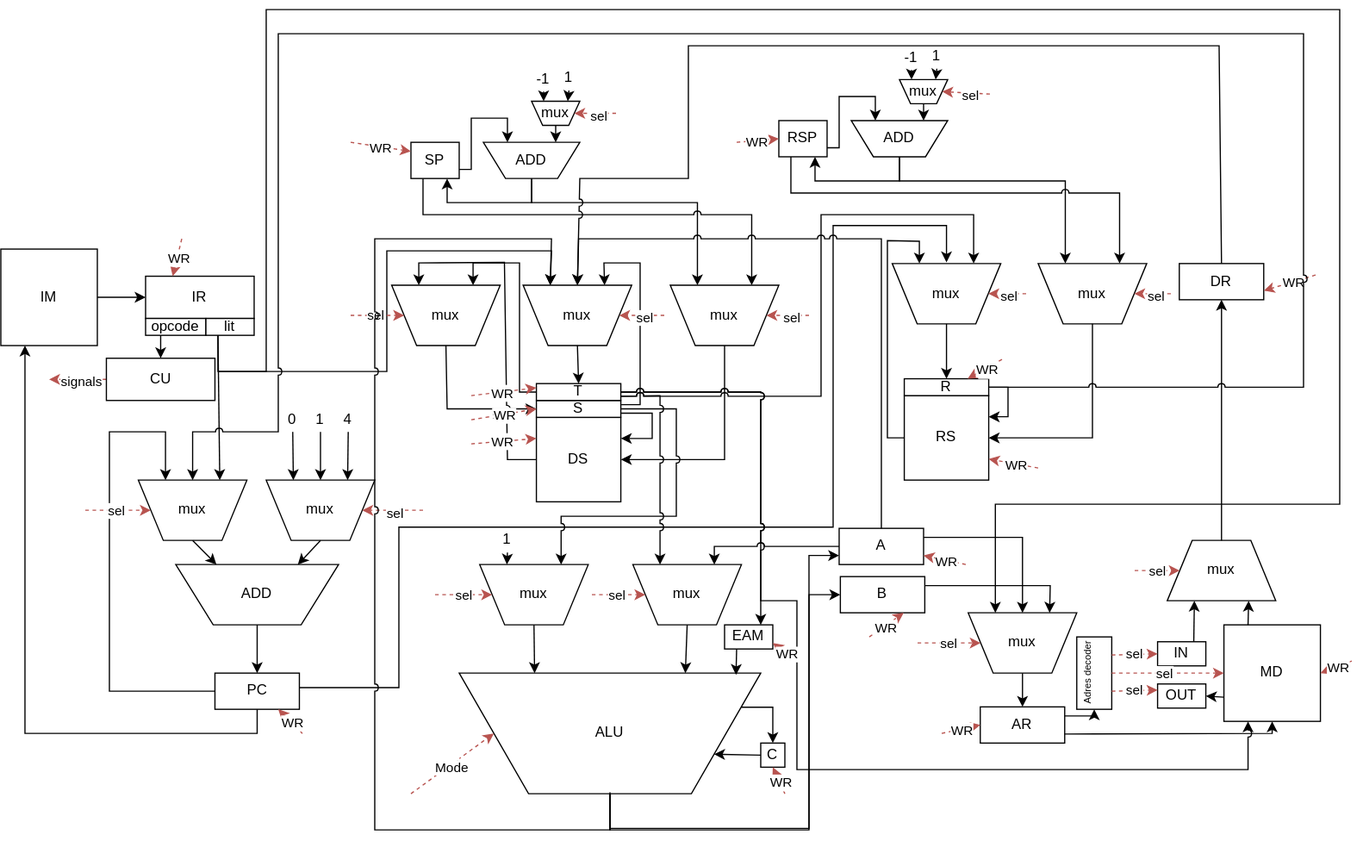
RomanPivovaroff/ITMO_LAB keeps this draw.io diagram as csa/lab3/scheme/схема_стек_гарвард.svg. Above is the earlier version. Source tidied: cells renumbered, new cells last; positions are measured from the earlier drawing's top-left corner, leaving out a move shared by most shapes.
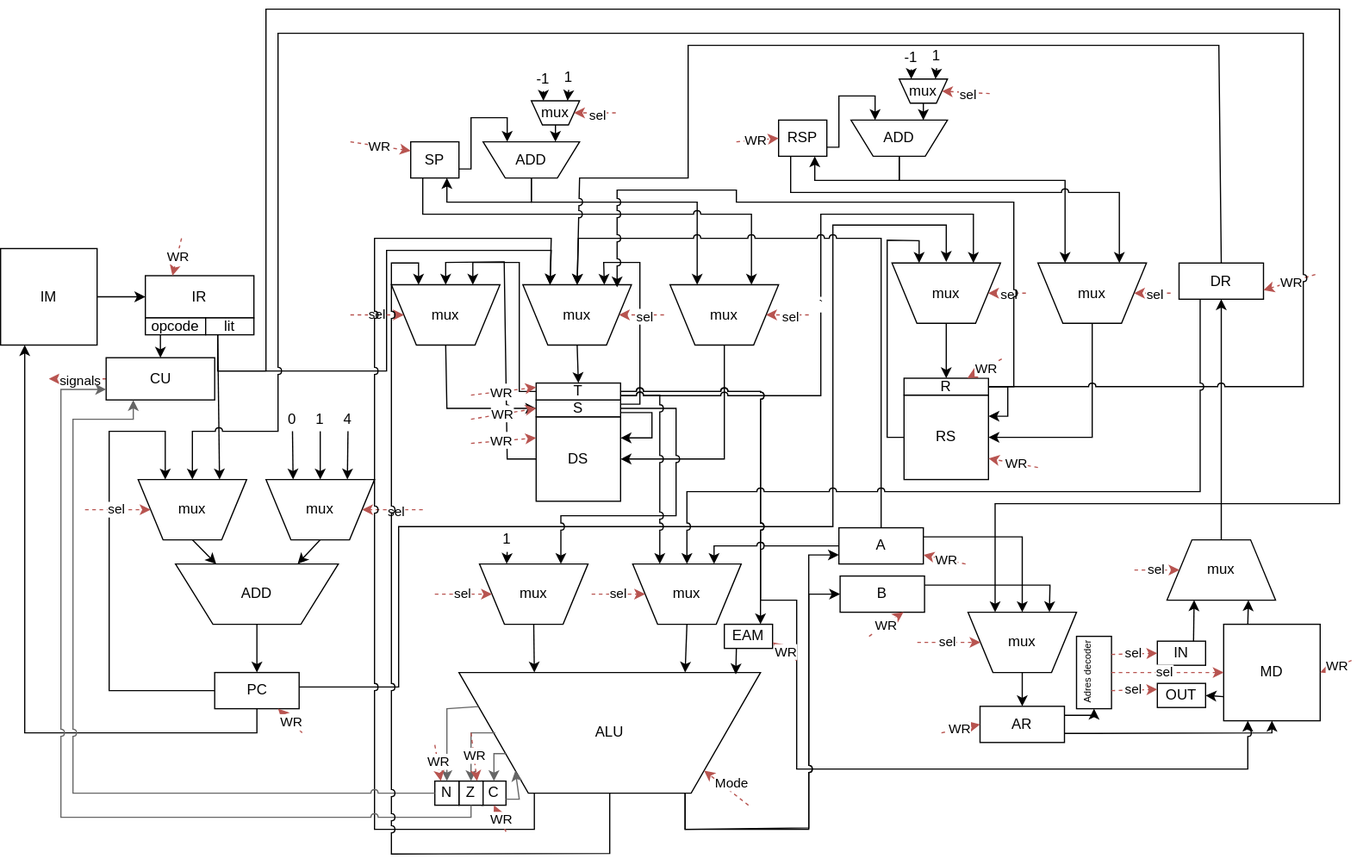
After the change.

Change to the diagram source:
```diff
@@ -105,12 +105,12 @@
         </Array>
       </mxGeometry>
     </mxCell>
-    <mxCell id="31" style="endArrow=classic;html=1;rounded=0;entryX=0.25;entryY=1;entryDx=0;entryDy=0;exitX=0;exitY=0.5;exitDx=0;exitDy=0;jumpStyle=arc;" parent="1" edge="1" source="23" target="27">
+    <mxCell id="31" style="endArrow=classic;html=1;rounded=0;entryX=0.5;entryY=1;entryDx=0;entryDy=0;exitX=0;exitY=0.5;exitDx=0;exitDy=0;jumpStyle=arc;" parent="1" edge="1" source="23" target="27">
       <mxGeometry relative="1" as="geometry">
         <Array as="points">
           <mxPoint x="420" y="373" />
           <mxPoint x="417.5" y="209.5" />
-          <mxPoint x="346.5" y="210" />
+          <mxPoint x="369" y="210" />
         </Array>
       </mxGeometry>
     </mxCell>
@@ -304,7 +304,7 @@
         </Array>
       </mxGeometry>
     </mxCell>
-    <mxCell id="69" style="endArrow=classic;html=1;rounded=0;entryX=0.75;entryY=1;entryDx=0;entryDy=0;exitX=1;exitY=0.75;exitDx=0;exitDy=0;jumpStyle=arc;" parent="1" edge="1" source="25" target="51">
+    <mxCell id="69" value="`" style="endArrow=classic;html=1;rounded=0;entryX=0.75;entryY=1;entryDx=0;entryDy=0;exitX=1;exitY=0.75;exitDx=0;exitDy=0;jumpStyle=arc;" parent="1" edge="1" source="25" target="51">
       <mxGeometry relative="1" as="geometry">
         <Array as="points">
           <mxPoint x="680" y="320.5" />
@@ -363,9 +363,6 @@
         </Array>
       </mxGeometry>
     </mxCell>
-    <mxCell id="80" value="C" style="whiteSpace=wrap;html=1;" parent="1" vertex="1">
-      <mxGeometry x="630" y="608" width="20" height="20" as="geometry" />
-    </mxCell>
     <mxCell id="81" value="EAM" style="rounded=0;whiteSpace=wrap;html=1;" parent="1" vertex="1">
       <mxGeometry x="600" y="510" width="40" height="20" as="geometry" />
     </mxCell>
@@ -804,23 +801,20 @@
     <mxCell id="187" value="WR" style="edgeLabel;html=1;align=center;verticalAlign=middle;" parent="185" vertex="1">
       <mxGeometry x="-0.06" relative="1" as="geometry" />
     </mxCell>
-    <mxCell id="188" style="endArrow=classic;html=1;rounded=0;entryX=0;entryY=0.5;entryDx=0;entryDy=0;dashed=1;fillColor=#f8cecc;strokeColor=#b85450;" parent="1" edge="1" target="71">
+    <mxCell id="188" style="endArrow=classic;html=1;rounded=0;entryX=1;entryY=0;entryDx=0;entryDy=0;dashed=1;fillColor=#f8cecc;strokeColor=#b85450;" parent="1" edge="1" target="71">
       <mxGeometry relative="1" as="geometry">
-        <mxPoint x="340" y="650" as="sourcePoint" />
+        <mxPoint x="620" y="660" as="sourcePoint" />
       </mxGeometry>
     </mxCell>
-    <mxCell id="189" value="sel" style="edgeLabel;html=1;align=center;verticalAlign=middle;" parent="188" vertex="1">
-      <mxGeometry x="-0.07" y="1" relative="1" as="geometry" />
-    </mxCell>
     <mxCell id="190" value="Mode" style="edgeLabel;html=1;align=center;verticalAlign=middle;" parent="188" vertex="1">
       <mxGeometry x="-0.11" y="-3" relative="1" as="geometry">
         <mxPoint y="-3" as="offset" />
       </mxGeometry>
     </mxCell>
-    <mxCell id="191" style="endArrow=classic;html=1;rounded=0;entryX=0.25;entryY=1;entryDx=0;entryDy=0;exitX=0.5;exitY=0;exitDx=0;exitDy=0;jumpStyle=arc;" parent="1" edge="1" source="71" target="26">
+    <mxCell id="191" style="endArrow=classic;html=1;rounded=0;entryX=0.25;entryY=1;entryDx=0;entryDy=0;jumpStyle=arc;exitX=0.25;exitY=0;exitDx=0;exitDy=0;" parent="1" edge="1" source="71" target="26">
       <mxGeometry relative="1" as="geometry">
         <Array as="points">
-          <mxPoint x="505" y="680" />
+          <mxPoint x="442.5" y="680" />
           <mxPoint x="310" y="680" />
           <mxPoint x="310" y="190" />
           <mxPoint x="456.5" y="190" />
@@ -838,50 +832,147 @@
         </Array>
       </mxGeometry>
     </mxCell>
-    <mxCell id="193" style="endArrow=classic;html=1;rounded=0;exitX=1;exitY=0.75;exitDx=0;exitDy=0;entryX=0.5;entryY=0;entryDx=0;entryDy=0;" parent="1" edge="1" source="71" target="80">
-      <mxGeometry relative="1" as="geometry">
-        <Array as="points">
-          <mxPoint x="640" y="578.2" />
-        </Array>
-      </mxGeometry>
-    </mxCell>
-    <mxCell id="194" style="endArrow=classic;html=1;rounded=0;exitX=0;exitY=0.5;exitDx=0;exitDy=0;entryX=1;entryY=0.25;entryDx=0;entryDy=0;" parent="1" edge="1" source="80" target="71">
-      <mxGeometry relative="1" as="geometry" />
-    </mxCell>
-    <mxCell id="195" style="endArrow=classic;html=1;rounded=0;entryX=0.5;entryY=1;entryDx=0;entryDy=0;dashed=1;fillColor=#f8cecc;strokeColor=#b85450;" parent="1" edge="1" target="80">
-      <mxGeometry relative="1" as="geometry">
-        <mxPoint x="650" y="650" as="sourcePoint" />
-      </mxGeometry>
-    </mxCell>
-    <mxCell id="196" value="sel" style="edgeLabel;html=1;align=center;verticalAlign=middle;" parent="195" vertex="1">
-      <mxGeometry x="-0.07" y="1" relative="1" as="geometry" />
-    </mxCell>
-    <mxCell id="197" value="WR" style="edgeLabel;html=1;align=center;verticalAlign=middle;" parent="195" vertex="1">
-      <mxGeometry x="-0.06" relative="1" as="geometry" />
-    </mxCell>
     <mxCell id="198" value="CU" style="rounded=0;whiteSpace=wrap;html=1;" parent="1" vertex="1">
       <mxGeometry x="87.5" y="289" width="90" height="35" as="geometry" />
     </mxCell>
-    <mxCell id="199" style="endArrow=classic;html=1;rounded=0;entryX=0;entryY=0.75;entryDx=0;entryDy=0;exitX=0.5;exitY=0;exitDx=0;exitDy=0;" parent="1" edge="1" source="71" target="84">
+    <mxCell id="199" style="endArrow=classic;html=1;rounded=0;entryX=0;entryY=0.75;entryDx=0;entryDy=0;exitX=0.75;exitY=0;exitDx=0;exitDy=0;jumpStyle=arc;" parent="1" edge="1" source="71" target="84">
       <mxGeometry relative="1" as="geometry">
         <Array as="points">
-          <mxPoint x="505" y="680" />
+          <mxPoint x="567.5" y="680" />
           <mxPoint x="670" y="680" />
           <mxPoint x="670" y="570" />
           <mxPoint x="670" y="452.5" />
         </Array>
       </mxGeometry>
     </mxCell>
-    <mxCell id="200" style="endArrow=classic;html=1;rounded=0;entryX=0;entryY=0.5;entryDx=0;entryDy=0;exitX=0.5;exitY=0;exitDx=0;exitDy=0;" parent="1" edge="1" target="85">
+    <mxCell id="200" style="endArrow=classic;html=1;rounded=0;entryX=0;entryY=0.5;entryDx=0;entryDy=0;exitX=0.75;exitY=0;exitDx=0;exitDy=0;jumpStyle=arc;" parent="1" edge="1" source="71" target="85">
       <mxGeometry relative="1" as="geometry">
-        <mxPoint x="505" y="648.8" as="sourcePoint" />
         <Array as="points">
-          <mxPoint x="505" y="678.8" />
+          <mxPoint x="567.5" y="680" />
           <mxPoint x="670" y="678.8" />
           <mxPoint x="670" y="568.8" />
           <mxPoint x="670" y="485" />
         </Array>
       </mxGeometry>
     </mxCell>
+    <mxCell id="201" style="endArrow=classic;html=1;rounded=0;exitX=1;exitY=0.5;exitDx=0;exitDy=0;entryX=0.868;entryY=0.956;entryDx=0;entryDy=0;jumpStyle=arc;entryPerimeter=0;" parent="1" edge="1" target="26">
+      <mxGeometry relative="1" as="geometry">
+        <mxPoint x="819" y="313" as="sourcePoint" />
+        <Array as="points">
+          <mxPoint x="840" y="313" />
+          <mxPoint x="840" y="160" />
+          <mxPoint x="610" y="160" />
+          <mxPoint x="610" y="150" />
+          <mxPoint x="511.1" y="150" />
+        </Array>
+      </mxGeometry>
+    </mxCell>
+    <mxCell id="80" value="C" style="whiteSpace=wrap;html=1;" parent="1" vertex="1">
+      <mxGeometry x="399" y="640" width="20" height="20" as="geometry" />
+    </mxCell>
+    <mxCell id="202" style="endArrow=classic;html=1;rounded=0;entryX=0.5;entryY=1;entryDx=0;entryDy=0;dashed=1;fillColor=#f8cecc;strokeColor=#b85450;" parent="1" edge="1" target="80">
+      <mxGeometry relative="1" as="geometry">
+        <mxPoint x="419" y="682" as="sourcePoint" />
+      </mxGeometry>
+    </mxCell>
+    <mxCell id="203" value="sel" style="edgeLabel;html=1;align=center;verticalAlign=middle;" parent="202" vertex="1">
+      <mxGeometry x="-0.07" y="1" relative="1" as="geometry" />
+    </mxCell>
+    <mxCell id="204" value="WR" style="edgeLabel;html=1;align=center;verticalAlign=middle;" parent="202" vertex="1">
+      <mxGeometry x="-0.06" relative="1" as="geometry" />
+    </mxCell>
+    <mxCell id="205" value="Z" style="whiteSpace=wrap;html=1;" parent="1" vertex="1">
+      <mxGeometry x="380" y="640" width="20" height="20" as="geometry" />
+    </mxCell>
+    <mxCell id="206" value="N" style="whiteSpace=wrap;html=1;" parent="1" vertex="1">
+      <mxGeometry x="360" y="640" width="20" height="20" as="geometry" />
+    </mxCell>
+    <mxCell id="193" style="endArrow=classic;html=1;rounded=0;exitX=0;exitY=0.25;exitDx=0;exitDy=0;entryX=0.5;entryY=0;entryDx=0;entryDy=0;fillColor=#f5f5f5;strokeColor=#666666;" parent="1" edge="1" source="71" target="80">
+      <mxGeometry relative="1" as="geometry">
+        <Array as="points">
+          <mxPoint x="409" y="617.3" />
+        </Array>
+      </mxGeometry>
+    </mxCell>
+    <mxCell id="194" style="endArrow=classic;html=1;rounded=0;exitX=1;exitY=0.75;exitDx=0;exitDy=0;entryX=0;entryY=0;entryDx=0;entryDy=0;fillColor=#f5f5f5;strokeColor=#666666;" parent="1" edge="1" source="80" target="71">
+      <mxGeometry relative="1" as="geometry">
+        <Array as="points">
+          <mxPoint x="430" y="655" />
+        </Array>
+      </mxGeometry>
+    </mxCell>
+    <mxCell id="207" style="endArrow=classic;html=1;rounded=0;exitX=0;exitY=0.5;exitDx=0;exitDy=0;entryX=0.5;entryY=0;entryDx=0;entryDy=0;fillColor=#f5f5f5;strokeColor=#666666;" parent="1" edge="1" source="71" target="205">
+      <mxGeometry relative="1" as="geometry">
+        <Array as="points">
+          <mxPoint x="410" y="600" />
+          <mxPoint x="390" y="600" />
+        </Array>
+      </mxGeometry>
+    </mxCell>
+    <mxCell id="208" style="endArrow=classic;html=1;rounded=0;exitX=0;exitY=0.75;exitDx=0;exitDy=0;entryX=0.5;entryY=0;entryDx=0;entryDy=0;strokeWidth=1;startSize=6;endSize=6;fillColor=#f5f5f5;strokeColor=#666666;" parent="1" edge="1" source="71" target="206">
+      <mxGeometry relative="1" as="geometry">
+        <Array as="points">
+          <mxPoint x="370" y="580" />
+        </Array>
+      </mxGeometry>
+    </mxCell>
+    <mxCell id="209" style="endArrow=classic;html=1;rounded=0;entryX=0.75;entryY=0;entryDx=0;entryDy=0;dashed=1;fillColor=#f8cecc;strokeColor=#b85450;" parent="1" edge="1" target="205">
+      <mxGeometry relative="1" as="geometry">
+        <mxPoint x="390" y="600" as="sourcePoint" />
+      </mxGeometry>
+    </mxCell>
+    <mxCell id="210" value="sel" style="edgeLabel;html=1;align=center;verticalAlign=middle;" parent="209" vertex="1">
+      <mxGeometry x="-0.07" y="1" relative="1" as="geometry" />
+    </mxCell>
+    <mxCell id="211" value="WR" style="edgeLabel;html=1;align=center;verticalAlign=middle;" parent="209" vertex="1">
+      <mxGeometry x="-0.06" relative="1" as="geometry" />
+    </mxCell>
+    <mxCell id="212" style="endArrow=classic;html=1;rounded=0;entryX=0.25;entryY=0;entryDx=0;entryDy=0;dashed=1;fillColor=#f8cecc;strokeColor=#b85450;" parent="1" edge="1" target="206">
+      <mxGeometry relative="1" as="geometry">
+        <mxPoint x="360" y="610" as="sourcePoint" />
+      </mxGeometry>
+    </mxCell>
+    <mxCell id="213" value="sel" style="edgeLabel;html=1;align=center;verticalAlign=middle;" parent="212" vertex="1">
+      <mxGeometry x="-0.07" y="1" relative="1" as="geometry" />
+    </mxCell>
+    <mxCell id="214" value="WR" style="edgeLabel;html=1;align=center;verticalAlign=middle;" parent="212" vertex="1">
+      <mxGeometry x="-0.06" relative="1" as="geometry" />
+    </mxCell>
+    <mxCell id="215" style="endArrow=classic;html=1;rounded=0;exitX=0.5;exitY=1;exitDx=0;exitDy=0;entryX=0;entryY=0.75;entryDx=0;entryDy=0;jumpStyle=arc;fillColor=#f5f5f5;strokeColor=#666666;" parent="1" edge="1" source="205" target="198">
+      <mxGeometry relative="1" as="geometry">
+        <Array as="points">
+          <mxPoint x="390" y="670" />
+          <mxPoint x="50" y="670" />
+          <mxPoint x="50" y="315.2" />
+        </Array>
+      </mxGeometry>
+    </mxCell>
+    <mxCell id="216" style="endArrow=classic;html=1;rounded=0;exitX=0;exitY=0.5;exitDx=0;exitDy=0;entryX=0.25;entryY=1;entryDx=0;entryDy=0;jumpStyle=arc;fillColor=#f5f5f5;strokeColor=#666666;" parent="1" edge="1" source="206" target="198">
+      <mxGeometry relative="1" as="geometry">
+        <Array as="points">
+          <mxPoint x="60" y="650" />
+          <mxPoint x="60" y="340" />
+          <mxPoint x="110" y="340" />
+        </Array>
+      </mxGeometry>
+    </mxCell>
+    <mxCell id="217" style="endArrow=classic;html=1;rounded=0;entryX=0.5;entryY=1;entryDx=0;entryDy=0;exitX=0.25;exitY=1;exitDx=0;exitDy=0;jumpStyle=arc;" parent="1" edge="1" source="111" target="72">
+      <mxGeometry relative="1" as="geometry">
+        <Array as="points">
+          <mxPoint x="994.5" y="400" />
+          <mxPoint x="569" y="400" />
+        </Array>
+      </mxGeometry>
+    </mxCell>
+    <mxCell id="218" style="endArrow=classic;html=1;rounded=0;entryX=0.25;entryY=1;entryDx=0;entryDy=0;jumpStyle=arc;exitX=0.5;exitY=0;exitDx=0;exitDy=0;" parent="1" edge="1" source="71" target="27">
+      <mxGeometry relative="1" as="geometry">
+        <Array as="points">
+          <mxPoint x="505" y="700" />
+          <mxPoint x="324" y="700.5" />
+          <mxPoint x="324" y="210.5" />
+          <mxPoint x="346.5" y="210.5" />
+        </Array>
+      </mxGeometry>
+    </mxCell>
   </root>
 </mxGraphModel>
```
